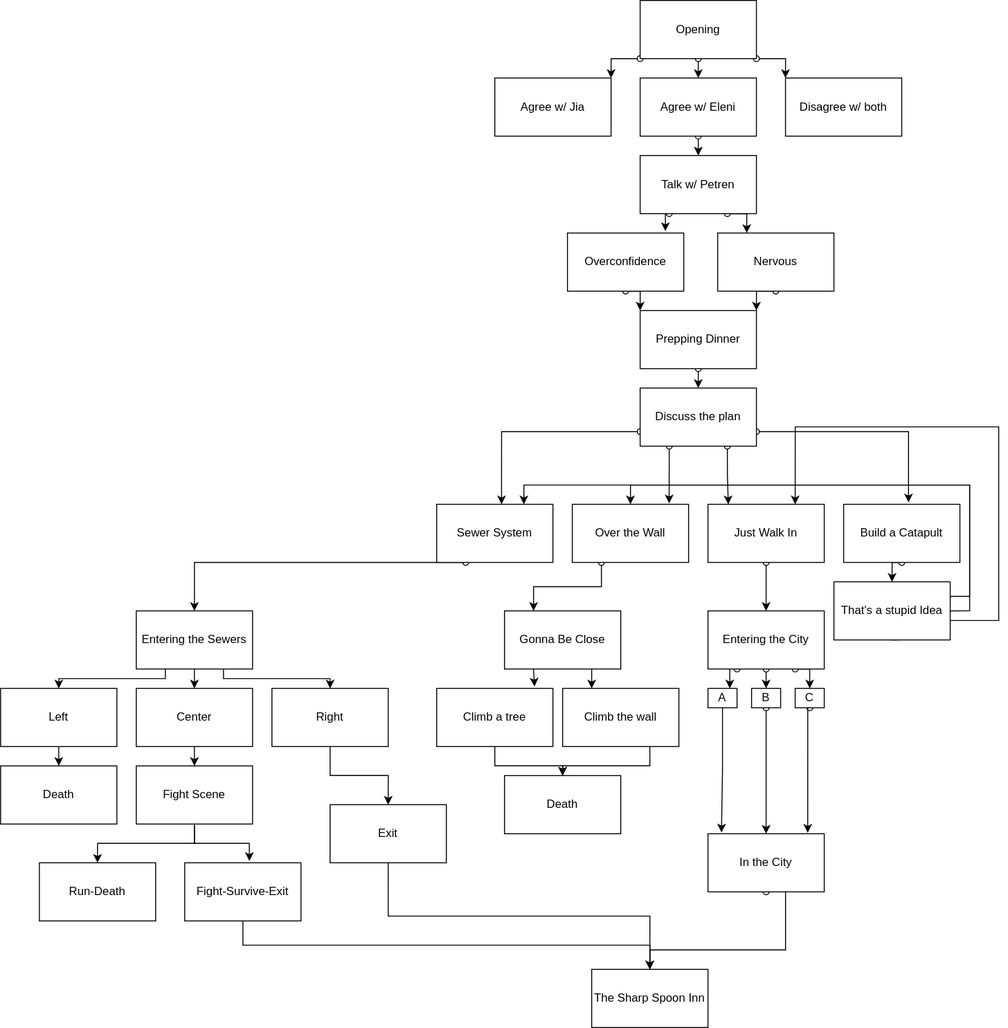
The draw.io diagram books/AEK/story_diagram/diagram.drawio.svg in JoelNiemela/AEK, before a commit. Source tidied: cells renumbered, new cells last; positions are measured from the earlier drawing's top-left corner, leaving out a move shared by most shapes.
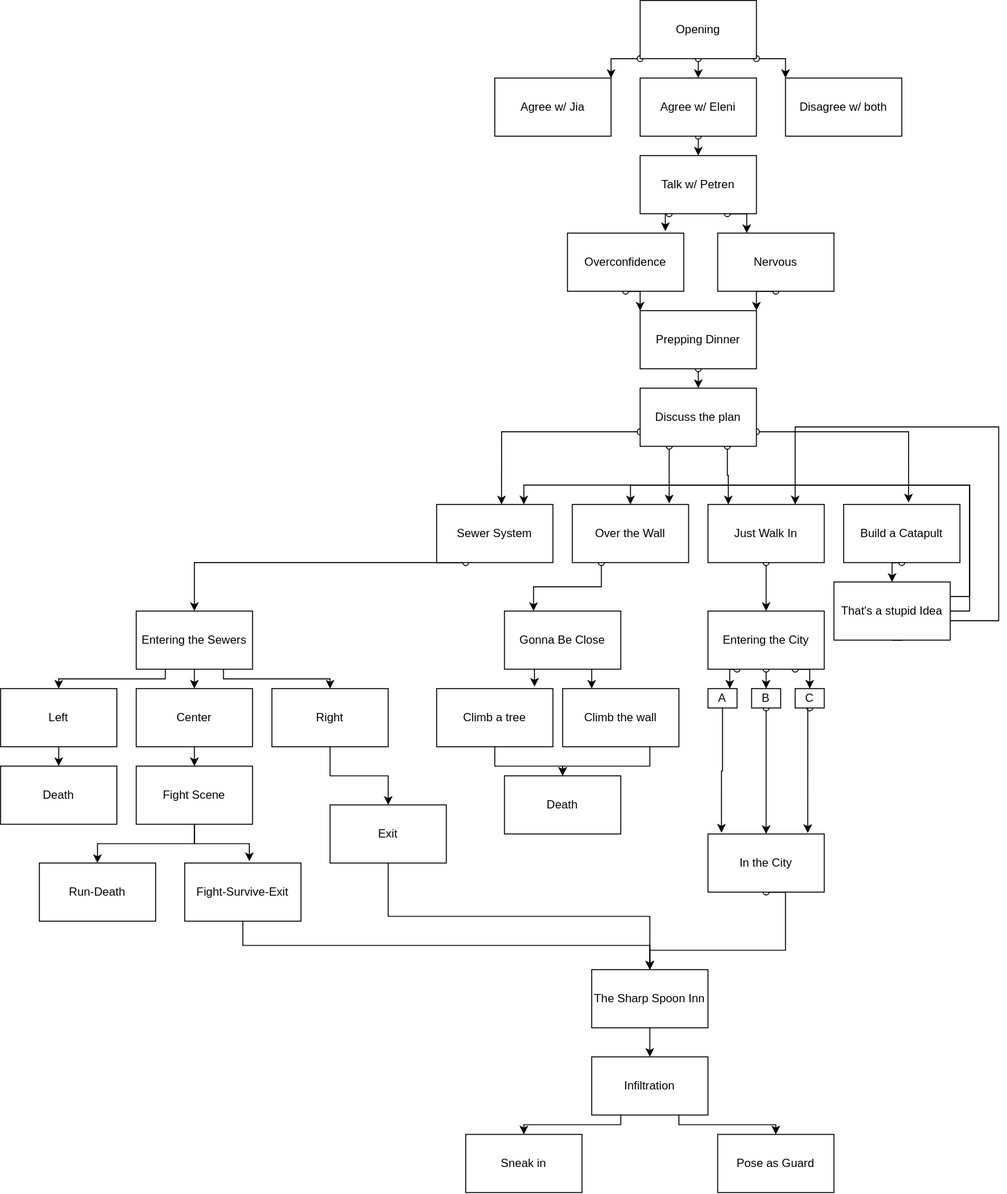
The same diagram one commit later.

Change to the diagram source:
```diff
@@ -171,6 +171,9 @@
     <mxCell id="48" value="In the City" style="rounded=0;whiteSpace=wrap;html=1;" parent="1" vertex="1">
       <mxGeometry x="730" y="860" width="120" height="60" as="geometry" />
     </mxCell>
+    <mxCell id="76" style="edgeStyle=orthogonalEdgeStyle;rounded=0;jettySize=auto;html=1;exitX=0.5;exitY=1;exitDx=0;exitDy=0;entryX=0.5;entryY=0;entryDx=0;entryDy=0;" parent="1" edge="1" source="49" target="79">
+      <mxGeometry relative="1" as="geometry" />
+    </mxCell>
     <mxCell id="49" value="The Sharp Spoon Inn" style="rounded=0;whiteSpace=wrap;html=1;" parent="1" vertex="1">
       <mxGeometry x="610" y="1000" width="120" height="60" as="geometry" />
     </mxCell>
@@ -256,5 +259,30 @@
     <mxCell id="75" value="Fight-Survive-Exit" style="rounded=0;whiteSpace=wrap;html=1;" parent="1" vertex="1">
       <mxGeometry x="190" y="890" width="120" height="60" as="geometry" />
     </mxCell>
+    <mxCell id="77" style="edgeStyle=orthogonalEdgeStyle;rounded=0;jettySize=auto;html=1;exitX=0.25;exitY=1;exitDx=0;exitDy=0;entryX=0.5;entryY=0;entryDx=0;entryDy=0;" parent="1" edge="1" source="79" target="81">
+      <mxGeometry relative="1" as="geometry">
+        <Array as="points">
+          <mxPoint x="640" y="1160" />
+          <mxPoint x="540" y="1160" />
+        </Array>
+      </mxGeometry>
+    </mxCell>
+    <mxCell id="78" style="edgeStyle=orthogonalEdgeStyle;rounded=0;jettySize=auto;html=1;exitX=0.75;exitY=1;exitDx=0;exitDy=0;entryX=0.5;entryY=0;entryDx=0;entryDy=0;" parent="1" edge="1" source="79" target="80">
+      <mxGeometry relative="1" as="geometry">
+        <Array as="points">
+          <mxPoint x="700" y="1160" />
+          <mxPoint x="800" y="1160" />
+        </Array>
+      </mxGeometry>
+    </mxCell>
+    <mxCell id="79" value="Infiltration" style="rounded=0;whiteSpace=wrap;html=1;" parent="1" vertex="1">
+      <mxGeometry x="610" y="1090" width="120" height="60" as="geometry" />
+    </mxCell>
+    <mxCell id="80" value="Pose as Guard" style="rounded=0;whiteSpace=wrap;html=1;" parent="1" vertex="1">
+      <mxGeometry x="740" y="1170" width="120" height="60" as="geometry" />
+    </mxCell>
+    <mxCell id="81" value="Sneak in" style="rounded=0;whiteSpace=wrap;html=1;" parent="1" vertex="1">
+      <mxGeometry x="480" y="1170" width="120" height="60" as="geometry" />
+    </mxCell>
   </root>
 </mxGraphModel>
```
